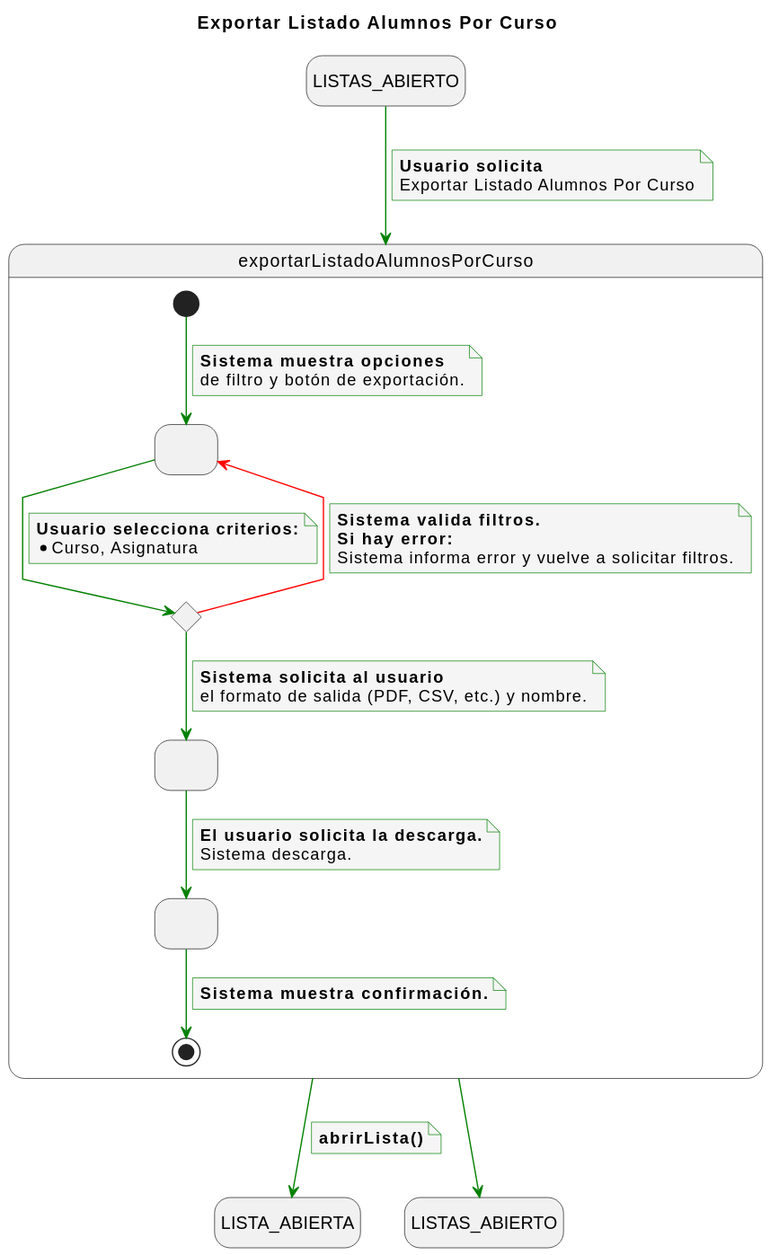
This is documents/CasosDeUso/DetalladoCasosDeUso/Secretaria/exportarListadoAlumnosPorCurso.svg from enmabry/25-26-IdSw1-SdR, a PlantUML export, as it was before one commit. The source it was exported from:
```plantuml
@startuml
title Exportar Listado Alumnos Por Curso


skinparam {
    NoteBackgroundColor #whiteSmoke
    ArrowColor #green
    NoteBorderColor #green
    linetype polyline
}

hide empty description

state startState as "LISTAS_ABIERTO"
state endState1 as "LISTA_ABIERTA"
state endState2 as "LISTAS_ABIERTO"

startState --> exportarListadoAlumnosPorCurso
note on link
    <b>Usuario solicita</b>
    Exportar Listado Alumnos Por Curso
end note

state exportarListadoAlumnosPorCurso {
    state SolicitudFiltros as " "
    state ValidarFiltros <<choice>>

    [*] --> SolicitudFiltros
    note on link
        <b>Sistema muestra opciones</b>
        de filtro y botón de exportación.
    end note

    SolicitudFiltros --> ValidarFiltros
    note on link
        <b>Usuario selecciona criterios:</b>
        * Curso, Asignatura
    end note

    ValidarFiltros -[#red]-> SolicitudFiltros
    note on link
        <b>Sistema valida filtros.</b>
        <b>Si hay error:</b>
        Sistema informa error y vuelve a solicitar filtros.
    end note

    ValidarFiltros --> SeleccionFormato

    state SeleccionFormato as " "
    note on link
        <b>Sistema solicita al usuario</b>
        el formato de salida (PDF, CSV, etc.) y nombre.
    end note

    SeleccionFormato --> Descarga

    state Descarga as " "
    note on link
        <b>El usuario solicita la descarga.</b>
        Sistema descarga.
    end note

    Descarga --> [*]
    note on link
        <b>Sistema muestra confirmación.</b>
    end note
}


exportarListadoAlumnosPorCurso --> endState1
note on link
    <b>abrirLista()</b>
end note

exportarListadoAlumnosPorCurso --> endState2
@enduml
```
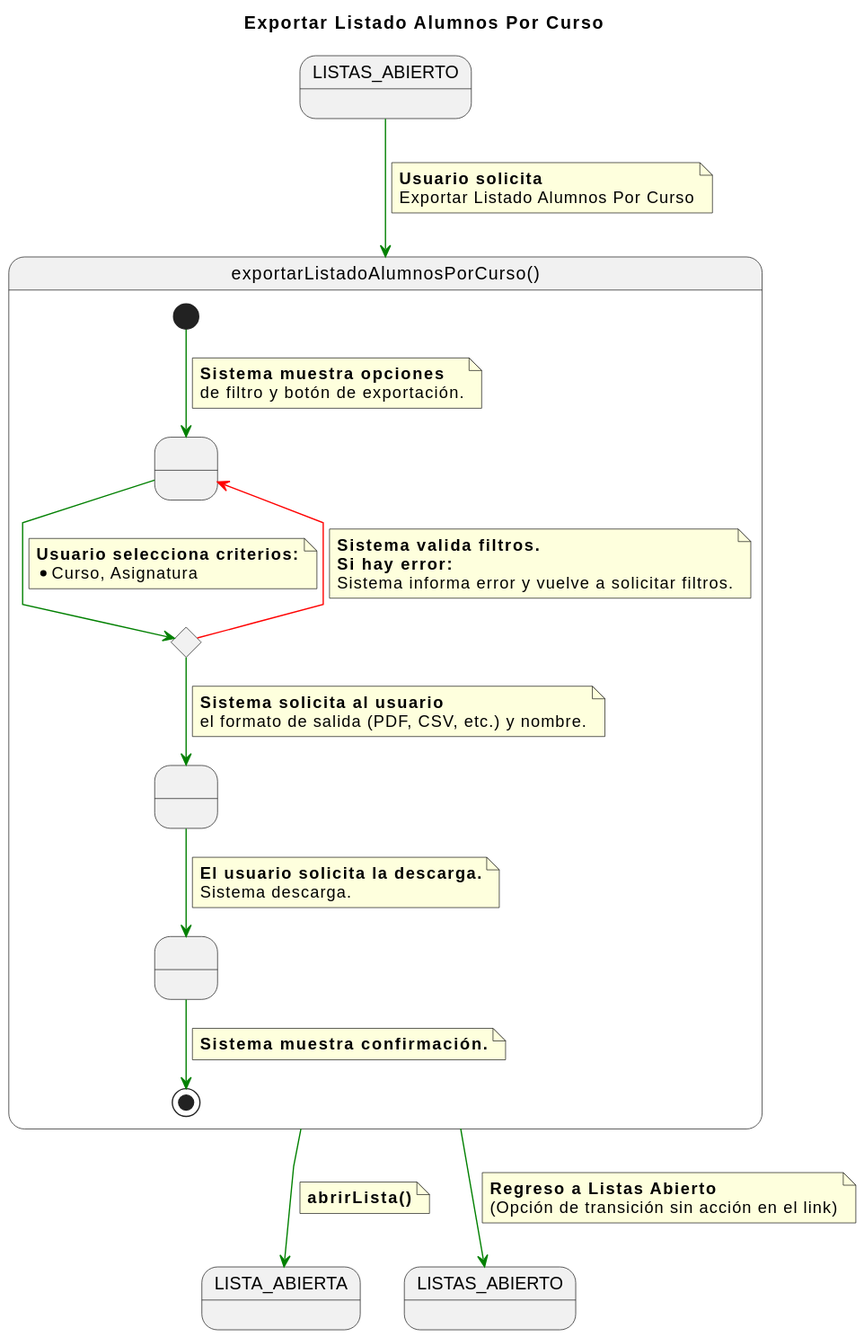
After the commit.

Change to the diagram source:
```diff
@@ -1,37 +1,31 @@
 @startuml
 title Exportar Listado Alumnos Por Curso
 
-
-skinparam {
-    NoteBackgroundColor #whiteSmoke
-    ArrowColor #green
-    NoteBorderColor #green
-    linetype polyline
-}
-
-hide empty description
+skinparam linetype polyline
 
 state startState as "LISTAS_ABIERTO"
 state endState1 as "LISTA_ABIERTA"
 state endState2 as "LISTAS_ABIERTO"
 
-startState --> exportarListadoAlumnosPorCurso
+startState -[#green]-> exportarListadoAlumnosPorCurso
 note on link
     <b>Usuario solicita</b>
     Exportar Listado Alumnos Por Curso
 end note
 
-state exportarListadoAlumnosPorCurso {
+state exportarListadoAlumnosPorCurso as "exportarListadoAlumnosPorCurso()" {
     state SolicitudFiltros as " "
     state ValidarFiltros <<choice>>
+    state SeleccionFormato as " "
+    state Descarga as " "
 
-    [*] --> SolicitudFiltros
+    [*] -[#green]-> SolicitudFiltros
     note on link
         <b>Sistema muestra opciones</b>
         de filtro y botón de exportación.
     end note
 
-    SolicitudFiltros --> ValidarFiltros
+    SolicitudFiltros -[#green]-> ValidarFiltros
     note on link
         <b>Usuario selecciona criterios:</b>
         * Curso, Asignatura
@@ -44,33 +38,35 @@
         Sistema informa error y vuelve a solicitar filtros.
     end note
 
-    ValidarFiltros --> SeleccionFormato
+    ValidarFiltros -[#green]-> SeleccionFormato
 
-    state SeleccionFormato as " "
     note on link
         <b>Sistema solicita al usuario</b>
         el formato de salida (PDF, CSV, etc.) y nombre.
     end note
 
-    SeleccionFormato --> Descarga
+    SeleccionFormato -[#green]-> Descarga
 
-    state Descarga as " "
     note on link
         <b>El usuario solicita la descarga.</b>
         Sistema descarga.
     end note
 
-    Descarga --> [*]
+    Descarga -[#green]-> [*]
     note on link
         <b>Sistema muestra confirmación.</b>
     end note
 }
 
 
-exportarListadoAlumnosPorCurso --> endState1
+exportarListadoAlumnosPorCurso -[#green]-> endState1
 note on link
     <b>abrirLista()</b>
 end note
 
-exportarListadoAlumnosPorCurso --> endState2
+exportarListadoAlumnosPorCurso -[#green]-> endState2
+note on link
+    <b>Regreso a Listas Abierto</b>
+    (Opción de transición sin acción en el link)
+end note
 @enduml
```
